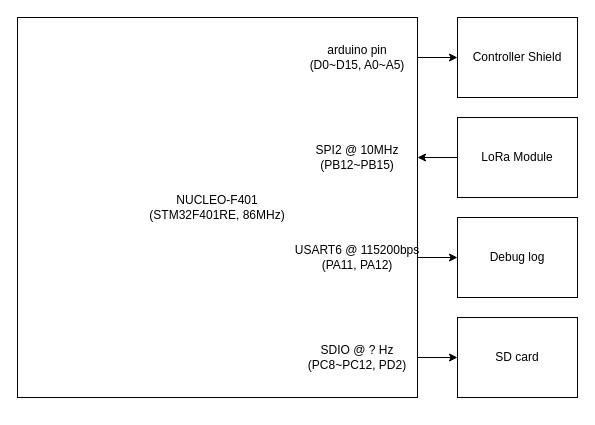
Above: page "Controller" (2 of 2) of diagram/connectionDiagram.drawio in OProcessing/giantHornet (draw.io), before the change. Source tidied: cells renumbered, new cells numbered last; positions are measured from the earlier drawing's top-left corner, leaving out a move shared by most shapes. Both pictures are drawn from the tidied source at 100%, with x=0, y=0 at pixel (17, 17).
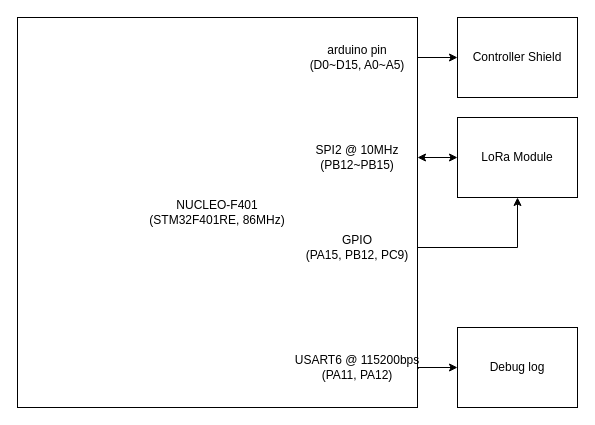
After the change.

The change refers to these unchanged cells:
```xml
<mxCell id="6" value="LoRa Module" style="rounded=0;whiteSpace=wrap;html=1;" parent="1" vertex="1">
  <mxGeometry x="440" y="100" width="120" height="80" as="geometry" />
</mxCell>
```

The edit, as a diff of the source:
```diff
@@
-    <mxCell id="3" style="edgeStyle=orthogonalEdgeStyle;rounded=0;jettySize=auto;html=1;exitX=1;exitY=0.75;exitDx=0;exitDy=0;entryX=0;entryY=0.5;entryDx=0;entryDy=0;" parent="1" edge="1" source="4" target="7">
+    <mxCell id="3" style="edgeStyle=orthogonalEdgeStyle;rounded=0;jettySize=auto;html=1;entryX=0;entryY=0.5;entryDx=0;entryDy=0;exitX=1.003;exitY=0.9;exitDx=0;exitDy=0;exitPerimeter=0;" parent="1" edge="1" source="4" target="7">
       <mxGeometry relative="1" as="geometry">
         <Array as="points">
-          <mxPoint x="240" y="240" />
+          <mxPoint x="240" y="351" />
+          <mxPoint x="240" y="350" />
         </Array>
       </mxGeometry>
     </mxCell>
     <mxCell id="4" value="NUCLEO-F401&lt;br&gt;(STM32F401RE, 86MHz)" style="rounded=0;whiteSpace=wrap;html=1;" parent="1" vertex="1">
-      <mxGeometry width="400" height="380" as="geometry" />
+      <mxGeometry width="400" height="390" as="geometry" />
     </mxCell>
@@
     <mxCell id="7" value="Debug log" style="rounded=0;whiteSpace=wrap;html=1;" parent="1" vertex="1">
-      <mxGeometry x="440" y="200" width="120" height="80" as="geometry" />
+      <mxGeometry x="440" y="310" width="120" height="80" as="geometry" />
     </mxCell>
@@
     <mxCell id="10" value="USART6 @ 115200bps&lt;br&gt;(PA11, PA12)" style="text;html=1;strokeColor=none;fillColor=none;align=center;verticalAlign=middle;whiteSpace=wrap;rounded=0;" parent="1" vertex="1">
-      <mxGeometry x="260" y="220" width="160" height="40" as="geometry" />
+      <mxGeometry x="260" y="330" width="160" height="40" as="geometry" />
     </mxCell>
-    <mxCell id="11" value="SD card" style="rounded=0;whiteSpace=wrap;html=1;" parent="1" vertex="1">
-      <mxGeometry x="440" y="300" width="120" height="80" as="geometry" />
-    </mxCell>
-    <mxCell id="12" style="edgeStyle=orthogonalEdgeStyle;rounded=0;jettySize=auto;html=1;entryX=0;entryY=0.5;entryDx=0;entryDy=0;" parent="1" edge="1" source="4" target="11">
-      <mxGeometry relative="1" as="geometry">
-        <Array as="points">
-          <mxPoint x="370" y="340" />
-          <mxPoint x="370" y="340" />
-        </Array>
-      </mxGeometry>
-    </mxCell>
-    <mxCell id="13" value="SDIO @ ? Hz&lt;br&gt;(PC8~PC12, PD2)" style="text;html=1;strokeColor=none;fillColor=none;align=center;verticalAlign=middle;whiteSpace=wrap;rounded=0;" parent="1" vertex="1">
-      <mxGeometry x="260" y="320" width="160" height="40" as="geometry" />
-    </mxCell>
-    <mxCell id="14" style="endArrow=classic;html=1;rounded=0;entryX=1;entryY=0.5;entryDx=0;entryDy=0;" parent="1" edge="1">
+    <mxCell id="14" style="endArrow=classic;html=1;rounded=0;entryX=1;entryY=0.5;entryDx=0;entryDy=0;startArrow=classic;startFill=1;" parent="1" edge="1">
       <mxGeometry relative="1" as="geometry">
         <mxPoint x="440" y="140" as="sourcePoint" />
         <mxPoint x="400" y="140" as="targetPoint" />
       </mxGeometry>
     </mxCell>
+    <mxCell id="15" value="GPIO&lt;br&gt;(PA15,&amp;nbsp;&lt;span style=&quot;color: rgb(0, 0, 0);&quot;&gt;PB12,&amp;nbsp;&lt;/span&gt;&lt;span style=&quot;color: rgb(0, 0, 0);&quot;&gt;PC9&lt;/span&gt;)" style="text;html=1;strokeColor=none;fillColor=none;align=center;verticalAlign=middle;whiteSpace=wrap;rounded=0;" parent="1" vertex="1">
+      <mxGeometry x="260" y="210" width="160" height="40" as="geometry" />
+    </mxCell>
+    <mxCell id="16" style="edgeStyle=orthogonalEdgeStyle;rounded=0;jettySize=auto;html=1;entryX=0.5;entryY=1;entryDx=0;entryDy=0;" parent="1" edge="1" target="6">
+      <mxGeometry relative="1" as="geometry">
+        <mxPoint x="400" y="230" as="sourcePoint" />
+        <Array as="points">
+          <mxPoint x="500" y="230" />
+        </Array>
+      </mxGeometry>
+    </mxCell>
```
